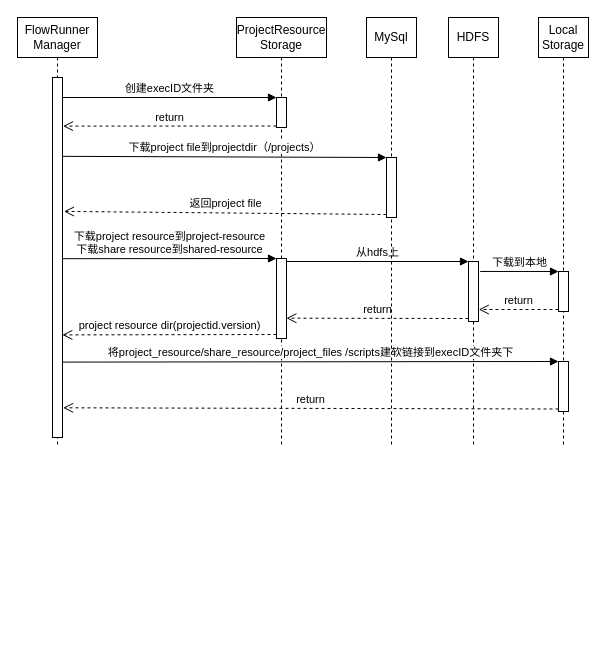
This is job提交.drawio from blackberrier/drawiorepo, a draw.io file, before an edit. Source tidied: cells renumbered, new cells numbered last; positions are measured from the earlier drawing's top-left corner, leaving out a move shared by most shapes. Both pictures are drawn from the tidied source at 100%, with x=0, y=0 at pixel (17, 17).
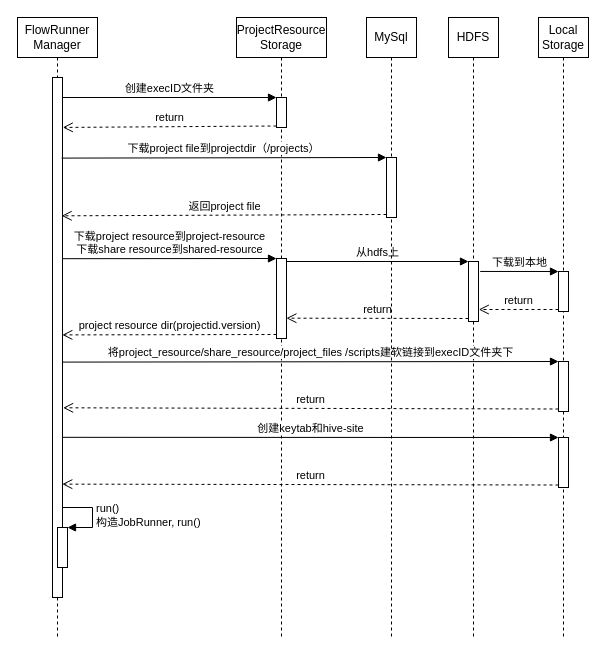
After the change.

Unchanged cells that the change refers to:
```xml
<mxCell id="8" style="html=1;points=[];perimeter=orthogonalPerimeter;" parent="6" vertex="1">
  <mxGeometry x="40" y="80" width="10" height="30" as="geometry" />
</mxCell>
<mxCell id="23" style="html=1;points=[];perimeter=orthogonalPerimeter;fontSize=11;" parent="22" vertex="1">
  <mxGeometry x="20" y="140" width="10" height="60" as="geometry" />
</mxCell>
```

What changed in the source:
```diff
@@
     <mxCell id="2" value="FlowRunner&lt;br&gt;Manager" style="shape=umlLifeline;perimeter=lifelinePerimeter;whiteSpace=wrap;html=1;" parent="1" vertex="1">
-      <mxGeometry width="80" height="430" as="geometry" />
+      <mxGeometry width="80" height="620" as="geometry" />
     </mxCell>
     <mxCell id="3" style="html=1;points=[];perimeter=orthogonalPerimeter;" parent="2" vertex="1">
-      <mxGeometry x="35" y="60" width="10" height="360" as="geometry" />
+      <mxGeometry x="35" y="60" width="10" height="520" as="geometry" />
     </mxCell>
+    <mxCell id="26" style="html=1;points=[];perimeter=orthogonalPerimeter;" parent="2" vertex="1">
+      <mxGeometry x="40" y="510" width="10" height="40" as="geometry" />
+    </mxCell>
+    <mxCell id="27" value="run()&lt;br&gt;构造JobRunner, run()" style="edgeStyle=orthogonalEdgeStyle;html=1;align=left;spacingLeft=2;endArrow=block;rounded=0;entryX=1;entryY=0;" parent="2" edge="1" target="26">
+      <mxGeometry relative="1" as="geometry">
+        <mxPoint x="45" y="490" as="sourcePoint" />
+        <Array as="points">
+          <mxPoint x="75" y="490" />
+        </Array>
+      </mxGeometry>
+    </mxCell>
@@
-    <mxCell id="5" value="return" style="html=1;verticalAlign=bottom;endArrow=open;dashed=1;endSize=8;exitX=0;exitY=0.95;rounded=0;entryX=1.051;entryY=0.135;entryDx=0;entryDy=0;entryPerimeter=0;" parent="1" edge="1" source="8" target="3">
+    <mxCell id="5" value="return" style="html=1;verticalAlign=bottom;endArrow=open;dashed=1;endSize=8;exitX=0;exitY=0.95;rounded=0;entryX=1.029;entryY=0.096;entryDx=0;entryDy=0;entryPerimeter=0;" parent="1" edge="1" source="8" target="3">
       <mxGeometry relative="1" as="geometry" />
     </mxCell>
     <mxCell id="6" value="ProjectResource&lt;br&gt;Storage" style="shape=umlLifeline;perimeter=lifelinePerimeter;whiteSpace=wrap;html=1;" parent="1" vertex="1">
-      <mxGeometry x="219" width="90" height="430" as="geometry" />
+      <mxGeometry x="219" width="90" height="620" as="geometry" />
     </mxCell>
@@
     <mxCell id="11" value="HDFS" style="shape=umlLifeline;perimeter=lifelinePerimeter;whiteSpace=wrap;html=1;" parent="1" vertex="1">
-      <mxGeometry x="431" width="50" height="430" as="geometry" />
+      <mxGeometry x="431" width="50" height="620" as="geometry" />
     </mxCell>
@@
     <mxCell id="13" value="Local&lt;br&gt;Storage" style="shape=umlLifeline;perimeter=lifelinePerimeter;whiteSpace=wrap;html=1;" parent="1" vertex="1">
-      <mxGeometry x="521" width="50" height="430" as="geometry" />
+      <mxGeometry x="521" width="50" height="620" as="geometry" />
     </mxCell>
@@
+    <mxCell id="28" style="html=1;points=[];perimeter=orthogonalPerimeter;" parent="13" vertex="1">
+      <mxGeometry x="20" y="420" width="10" height="50" as="geometry" />
+    </mxCell>
@@
     <mxCell id="22" value="MySql" style="shape=umlLifeline;perimeter=lifelinePerimeter;whiteSpace=wrap;html=1;" parent="1" vertex="1">
-      <mxGeometry x="349" width="50" height="430" as="geometry" />
+      <mxGeometry x="349" width="50" height="620" as="geometry" />
     </mxCell>
@@
-    <mxCell id="24" value="下载project file到projectdir（/projects）" style="html=1;verticalAlign=bottom;endArrow=block;entryX=0;entryY=0;rounded=0;fontSize=11;exitX=0.971;exitY=0.219;exitDx=0;exitDy=0;exitPerimeter=0;" parent="1" edge="1" source="3" target="23">
+    <mxCell id="24" value="下载project file到projectdir（/projects）" style="html=1;verticalAlign=bottom;endArrow=block;entryX=0;entryY=0;rounded=0;fontSize=11;exitX=0.914;exitY=0.155;exitDx=0;exitDy=0;exitPerimeter=0;" parent="1" edge="1" source="3" target="23">
       <mxGeometry relative="1" as="geometry" />
     </mxCell>
-    <mxCell id="25" value="返回project file" style="html=1;verticalAlign=bottom;endArrow=open;dashed=1;endSize=8;exitX=0;exitY=0.95;rounded=0;fontSize=11;entryX=1.143;entryY=0.372;entryDx=0;entryDy=0;entryPerimeter=0;" parent="1" edge="1" source="23" target="3">
+    <mxCell id="25" value="返回project file" style="html=1;verticalAlign=bottom;endArrow=open;dashed=1;endSize=8;exitX=0;exitY=0.95;rounded=0;fontSize=11;entryX=0.914;entryY=0.266;entryDx=0;entryDy=0;entryPerimeter=0;" parent="1" edge="1" source="23" target="3">
       <mxGeometry relative="1" as="geometry" />
     </mxCell>
+    <mxCell id="29" value="创建keytab和hive-site" style="html=1;verticalAlign=bottom;endArrow=block;entryX=0;entryY=0;rounded=0;exitX=1.036;exitY=0.692;exitDx=0;exitDy=0;exitPerimeter=0;" parent="1" edge="1" source="3" target="28">
+      <mxGeometry relative="1" as="geometry" />
+    </mxCell>
+    <mxCell id="30" value="return" style="html=1;verticalAlign=bottom;endArrow=open;dashed=1;endSize=8;exitX=0;exitY=0.95;rounded=0;entryX=0.978;entryY=0.782;entryDx=0;entryDy=0;entryPerimeter=0;" parent="1" edge="1" source="28" target="3">
+      <mxGeometry relative="1" as="geometry" />
+    </mxCell>
```
